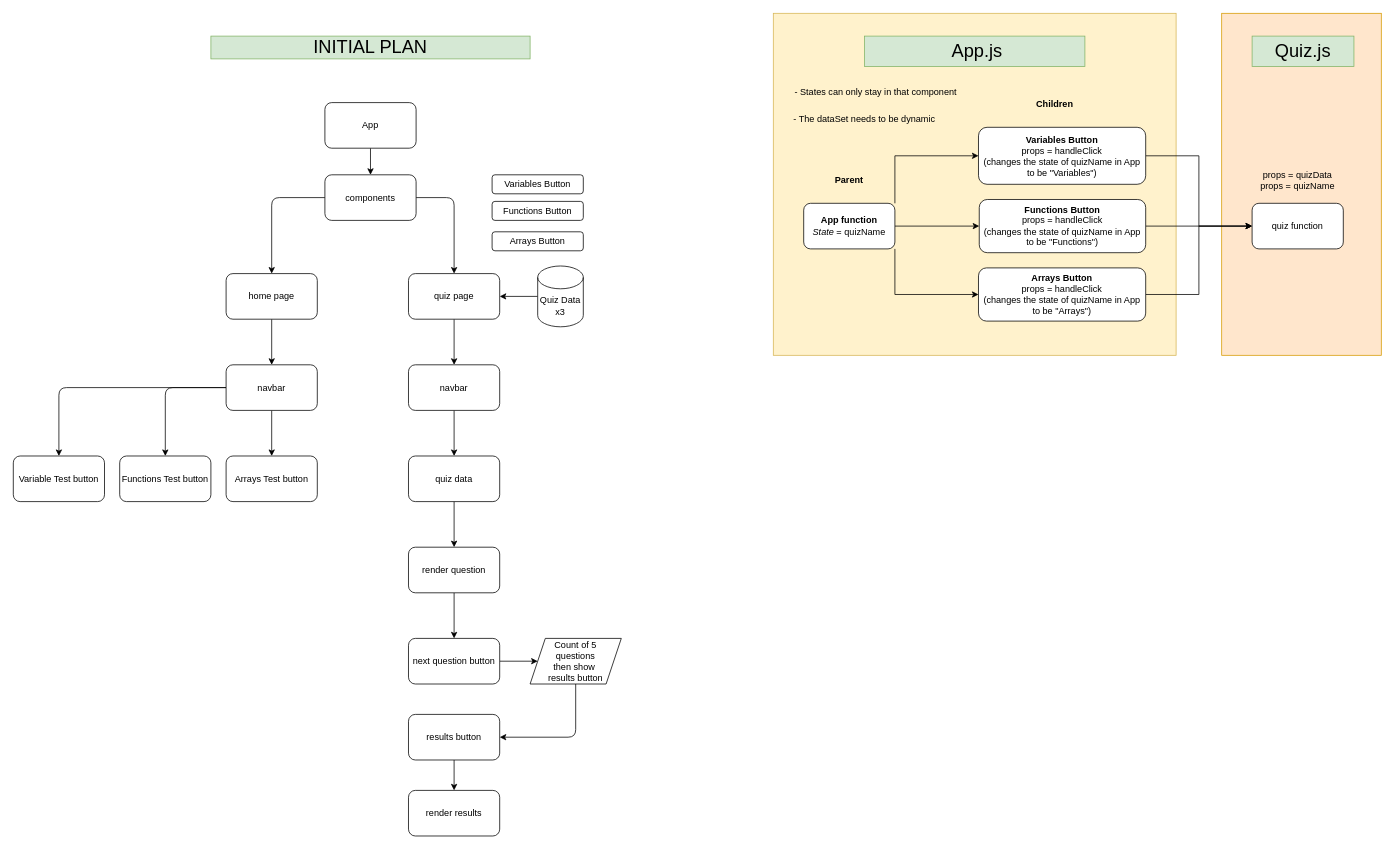
The draw.io diagram my-app/Component tree.drawio in Ice-and-Rock/Javascript_quiz_project, before the edit. Source tidied: cells renumbered, new cells numbered last; positions are measured from the earlier drawing's top-left corner, leaving out a move shared by most shapes. Both pictures are drawn from the tidied source at 76%, with x=0, y=0 at pixel (13, 13).
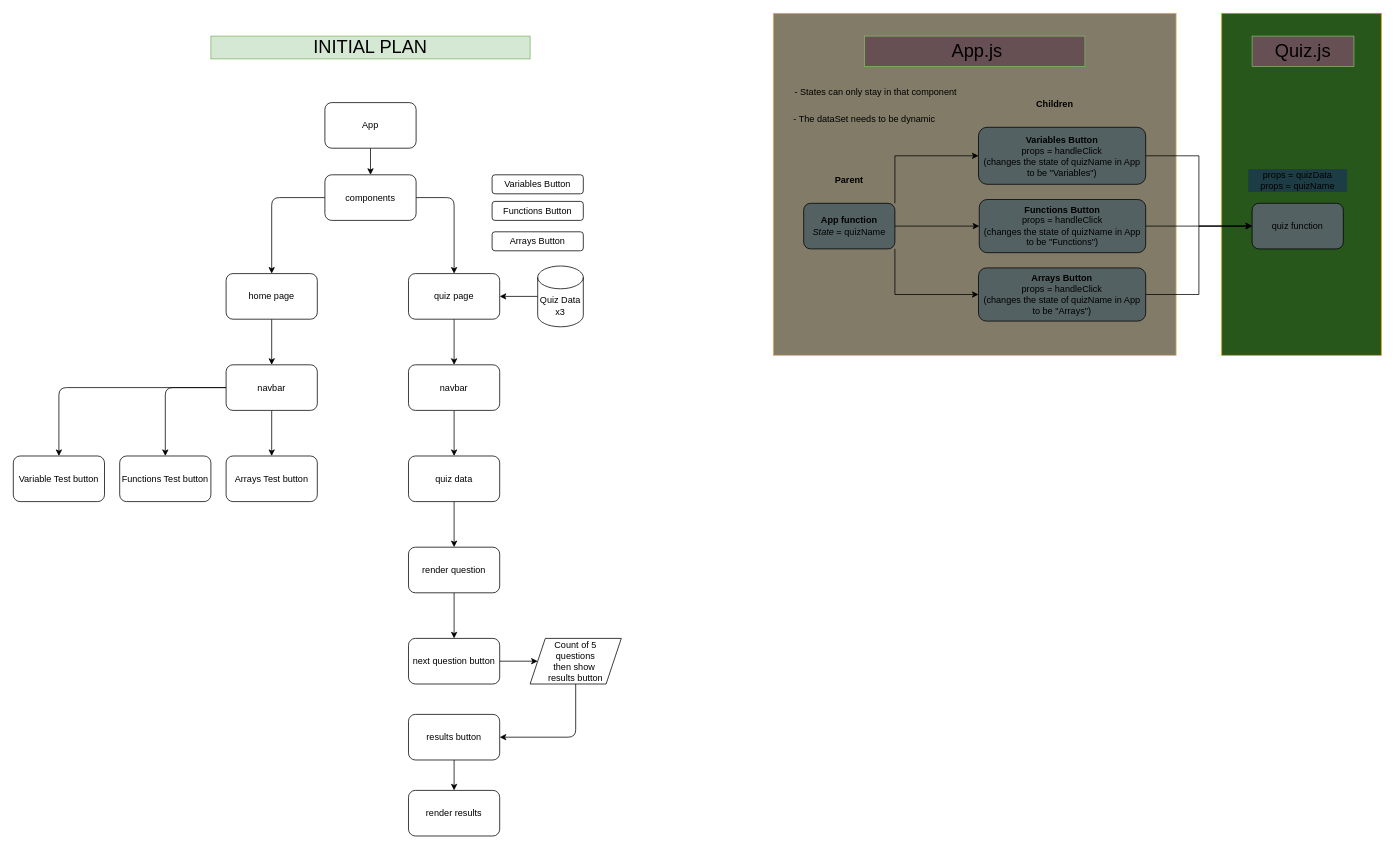
After the change.

Commit message (it also covers changes not shown here):
changed sizing and margins of quiz component

Change to the diagram source:
```diff
@@
-    <mxCell id="2" style="rounded=0;whiteSpace=wrap;html=1;fontSize=24;fillColor=#ffe6cc;strokeColor=#d79b00;" parent="1" vertex="1">
+    <mxCell id="2" style="rounded=0;whiteSpace=wrap;html=1;fontSize=24;fillColor=#28571C;strokeColor=#d79b00;" parent="1" vertex="1">
       <mxGeometry x="1590" width="210" height="450" as="geometry" />
     </mxCell>
-    <mxCell id="3" style="rounded=0;whiteSpace=wrap;html=1;fontSize=24;fillColor=#fff2cc;strokeColor=#d6b656;" parent="1" vertex="1">
+    <mxCell id="3" style="rounded=0;whiteSpace=wrap;html=1;fontSize=24;fillColor=#827B68;strokeColor=#d6b656;" parent="1" vertex="1">
       <mxGeometry x="1000" width="530" height="450" as="geometry" />
     </mxCell>
@@
-    <mxCell id="43" value="&lt;b&gt;App function&lt;/b&gt;&lt;br&gt;&lt;i&gt;State&lt;/i&gt; = quizName" style="rounded=1;whiteSpace=wrap;html=1;" parent="1" vertex="1">
+    <mxCell id="43" value="&lt;b&gt;App function&lt;/b&gt;&lt;br&gt;&lt;i&gt;State&lt;/i&gt; = quizName" style="rounded=1;whiteSpace=wrap;html=1;fillColor=#546163;" parent="1" vertex="1">
       <mxGeometry x="1040" y="250" width="120" height="60" as="geometry" />
     </mxCell>
@@
-    <mxCell id="45" value="&lt;b&gt;Variables Button&lt;/b&gt;&lt;br&gt;props = handleClick&lt;br&gt;(changes the state of quizName in App to be &quot;Variables&quot;)" style="rounded=1;whiteSpace=wrap;html=1;" parent="1" vertex="1">
+    <mxCell id="45" value="&lt;b&gt;Variables Button&lt;/b&gt;&lt;br&gt;props = handleClick&lt;br&gt;(changes the state of quizName in App to be &quot;Variables&quot;)" style="rounded=1;whiteSpace=wrap;html=1;fillColor=#546163;" parent="1" vertex="1">
       <mxGeometry x="1270" y="150" width="220" height="75" as="geometry" />
     </mxCell>
@@
-    <mxCell id="47" value="&lt;b&gt;Functions Button&lt;/b&gt;&lt;br&gt;props = handleClick&lt;br style=&quot;border-color: var(--border-color);&quot;&gt;(changes the state of quizName in App to be &quot;Functions&quot;)" style="rounded=1;whiteSpace=wrap;html=1;" parent="1" vertex="1">
+    <mxCell id="47" value="&lt;b&gt;Functions Button&lt;/b&gt;&lt;br&gt;props = handleClick&lt;br style=&quot;border-color: var(--border-color);&quot;&gt;(changes the state of quizName in App to be &quot;Functions&quot;)" style="rounded=1;whiteSpace=wrap;html=1;fillColor=#546163;" parent="1" vertex="1">
       <mxGeometry x="1271" y="245" width="219" height="70" as="geometry" />
     </mxCell>
@@
-    <mxCell id="49" value="&lt;b&gt;Arrays Button&lt;br&gt;&lt;/b&gt;props = handleClick&lt;br style=&quot;border-color: var(--border-color);&quot;&gt;(changes the state of quizName in App to be &quot;Arrays&quot;)" style="rounded=1;whiteSpace=wrap;html=1;" parent="1" vertex="1">
+    <mxCell id="49" value="&lt;b&gt;Arrays Button&lt;br&gt;&lt;/b&gt;props = handleClick&lt;br style=&quot;border-color: var(--border-color);&quot;&gt;(changes the state of quizName in App to be &quot;Arrays&quot;)" style="rounded=1;whiteSpace=wrap;html=1;fillColor=#546163;" parent="1" vertex="1">
       <mxGeometry x="1270" y="335" width="220" height="70" as="geometry" />
     </mxCell>
-    <mxCell id="50" value="quiz function" style="rounded=1;whiteSpace=wrap;html=1;" parent="1" vertex="1">
+    <mxCell id="50" value="quiz function" style="rounded=1;whiteSpace=wrap;html=1;fillColor=#546163;" parent="1" vertex="1">
       <mxGeometry x="1630" y="250" width="120" height="60" as="geometry" />
     </mxCell>
@@
-    <mxCell id="53" value="props = quizData&lt;br&gt;props = quizName" style="text;html=1;strokeColor=none;fillColor=none;align=center;verticalAlign=middle;whiteSpace=wrap;rounded=0;" parent="1" vertex="1">
+    <mxCell id="53" value="props = quizData&lt;br&gt;props = quizName" style="text;html=1;strokeColor=none;fillColor=#1C3D45;align=center;verticalAlign=middle;whiteSpace=wrap;rounded=0;" parent="1" vertex="1">
       <mxGeometry x="1625" y="205" width="130" height="30" as="geometry" />
     </mxCell>
-    <mxCell id="54" value="&lt;font style=&quot;font-size: 24px;&quot;&gt;&amp;nbsp;App.js&lt;/font&gt;" style="text;html=1;strokeColor=#82b366;fillColor=#d5e8d4;align=center;verticalAlign=middle;whiteSpace=wrap;rounded=0;" parent="1" vertex="1">
+    <mxCell id="54" value="&lt;font style=&quot;font-size: 24px;&quot;&gt;&amp;nbsp;App.js&lt;/font&gt;" style="text;html=1;strokeColor=#82b366;fillColor=#665054;align=center;verticalAlign=middle;whiteSpace=wrap;rounded=0;" parent="1" vertex="1">
       <mxGeometry x="1120" y="30" width="290" height="40" as="geometry" />
     </mxCell>
-    <mxCell id="55" value="Quiz.js" style="text;html=1;strokeColor=#82b366;fillColor=#d5e8d4;align=center;verticalAlign=middle;whiteSpace=wrap;rounded=0;fontSize=24;" parent="1" vertex="1">
+    <mxCell id="55" value="Quiz.js" style="text;html=1;strokeColor=#82b366;fillColor=#665054;align=center;verticalAlign=middle;whiteSpace=wrap;rounded=0;fontSize=24;" parent="1" vertex="1">
       <mxGeometry x="1630" y="30" width="134" height="40" as="geometry" />
     </mxCell>
```
